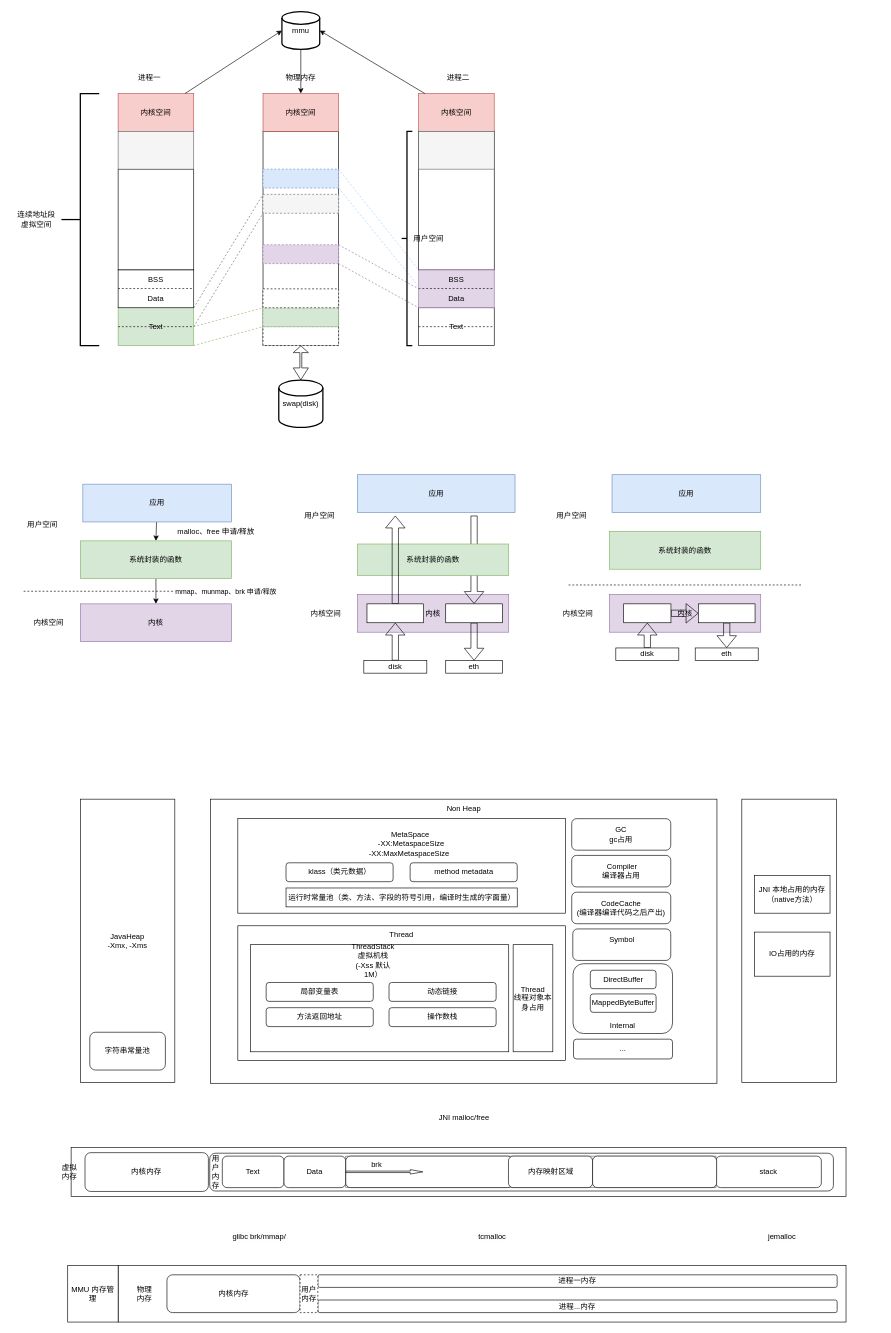
This is java/linux内存管理.drawio from zhangwz-lib/drawio-image, a draw.io file, before an edit. Source tidied: cells renumbered, new cells numbered last; positions are measured from the earlier drawing's top-left corner, leaving out a move shared by most shapes. Both pictures are drawn from the tidied source at 63%, with x=0, y=0 at pixel (11, 11).
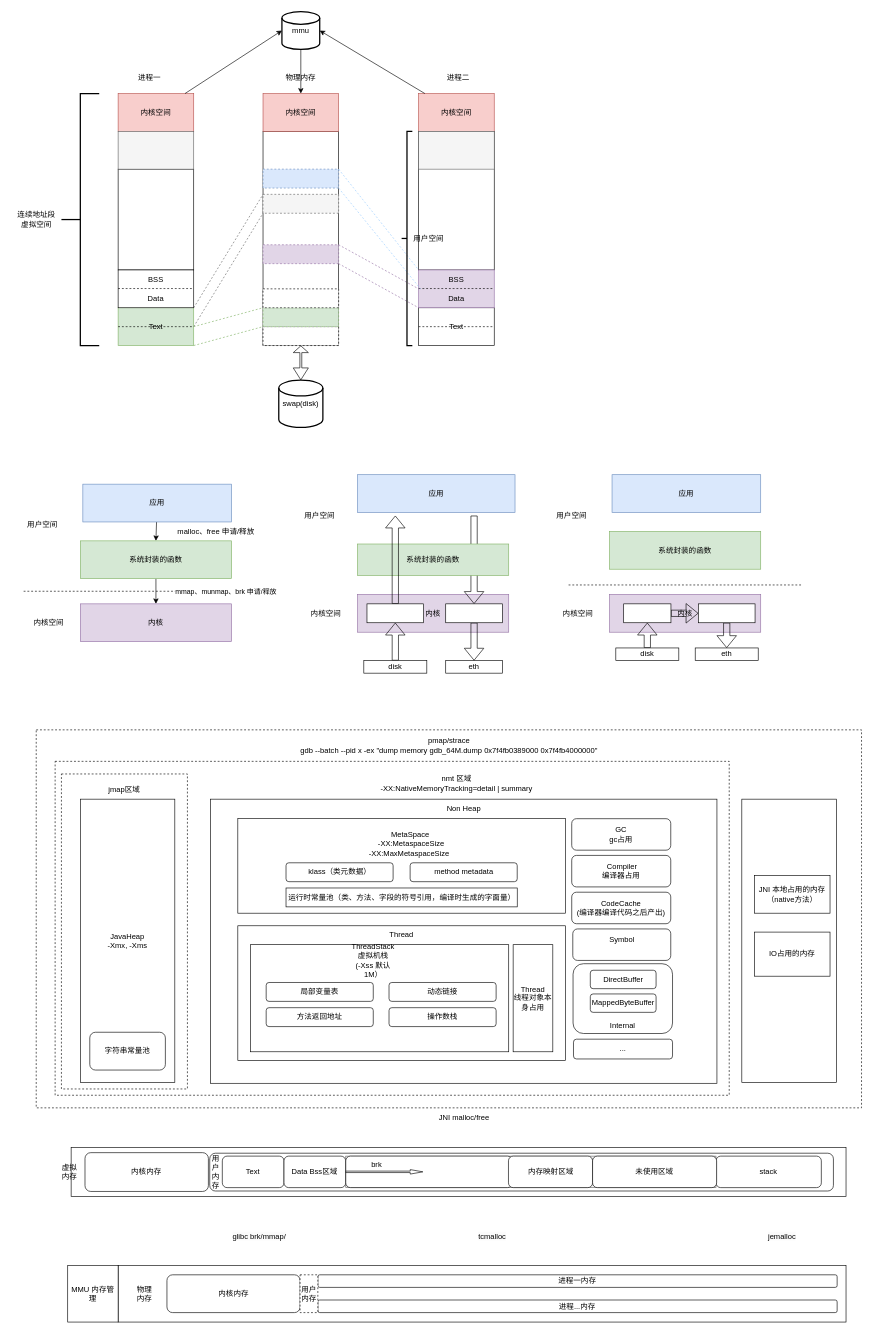
The same page after the edit.

Commit message (it also covers changes not shown here):
更新linux内存管理.drawio

The change refers to these unchanged cells:
```xml
<mxCell id="118" style="group;rounded=1;" parent="1" vertex="1">
  <mxGeometry x="100" y="1830" width="1280.7" height="250" as="geometry" />
</mxCell>
```

Diff of the diagram source:
```diff
@@
+    <mxCell id="146" style="rounded=0;whiteSpace=wrap;html=1;dashed=1;" parent="1" vertex="1">
+      <mxGeometry x="40" y="1140" width="1310" height="600" as="geometry" />
+    </mxCell>
+    <mxCell id="147" style="rounded=0;whiteSpace=wrap;html=1;dashed=1;" parent="1" vertex="1">
+      <mxGeometry x="70" y="1190" width="1070" height="530" as="geometry" />
+    </mxCell>
+    <mxCell id="148" style="rounded=0;whiteSpace=wrap;html=1;dashed=1;" parent="1" vertex="1">
+      <mxGeometry x="80" y="1210" width="200" height="500" as="geometry" />
+    </mxCell>
@@
-    <mxCell id="136" value="Data" style="rounded=1;whiteSpace=wrap;html=1;" parent="118" vertex="1">
+    <mxCell id="136" value="Data Bss区域" style="rounded=1;whiteSpace=wrap;html=1;" parent="118" vertex="1">
       <mxGeometry x="333.3" y="-13.4" width="97.9" height="50" as="geometry" />
     </mxCell>
@@
-    <mxCell id="141" style="rounded=1;whiteSpace=wrap;html=1;" parent="118" vertex="1">
+    <mxCell id="141" value="未使用区域" style="rounded=1;whiteSpace=wrap;html=1;" parent="118" vertex="1">
       <mxGeometry x="823.1" y="-13.4" width="196.9" height="50" as="geometry" />
     </mxCell>
@@
+    <mxCell id="149" value="jmap区域" style="text;html=1;whiteSpace=wrap;strokeColor=none;fillColor=none;align=center;verticalAlign=middle;rounded=0;" parent="1" vertex="1">
+      <mxGeometry x="150" y="1220" width="60" height="30" as="geometry" />
+    </mxCell>
+    <mxCell id="150" value="nmt 区域&lt;br&gt;-XX:NativeMemoryTracking=detail | summary" style="text;html=1;whiteSpace=wrap;strokeColor=none;fillColor=none;align=center;verticalAlign=middle;rounded=0;" parent="1" vertex="1">
+      <mxGeometry x="565" y="1210" width="285" height="30" as="geometry" />
+    </mxCell>
+    <mxCell id="151" value="pmap/strace&lt;div&gt;gdb --batch --pid x -ex &quot;dump memory gdb_64M.dump 0x7f4fb0389000 0x7f4fb4000000&quot;&lt;/div&gt;" style="text;html=1;whiteSpace=wrap;strokeColor=none;fillColor=none;align=center;verticalAlign=middle;rounded=0;" parent="1" vertex="1">
+      <mxGeometry x="378.5" y="1150" width="633" height="30" as="geometry" />
+    </mxCell>
```
